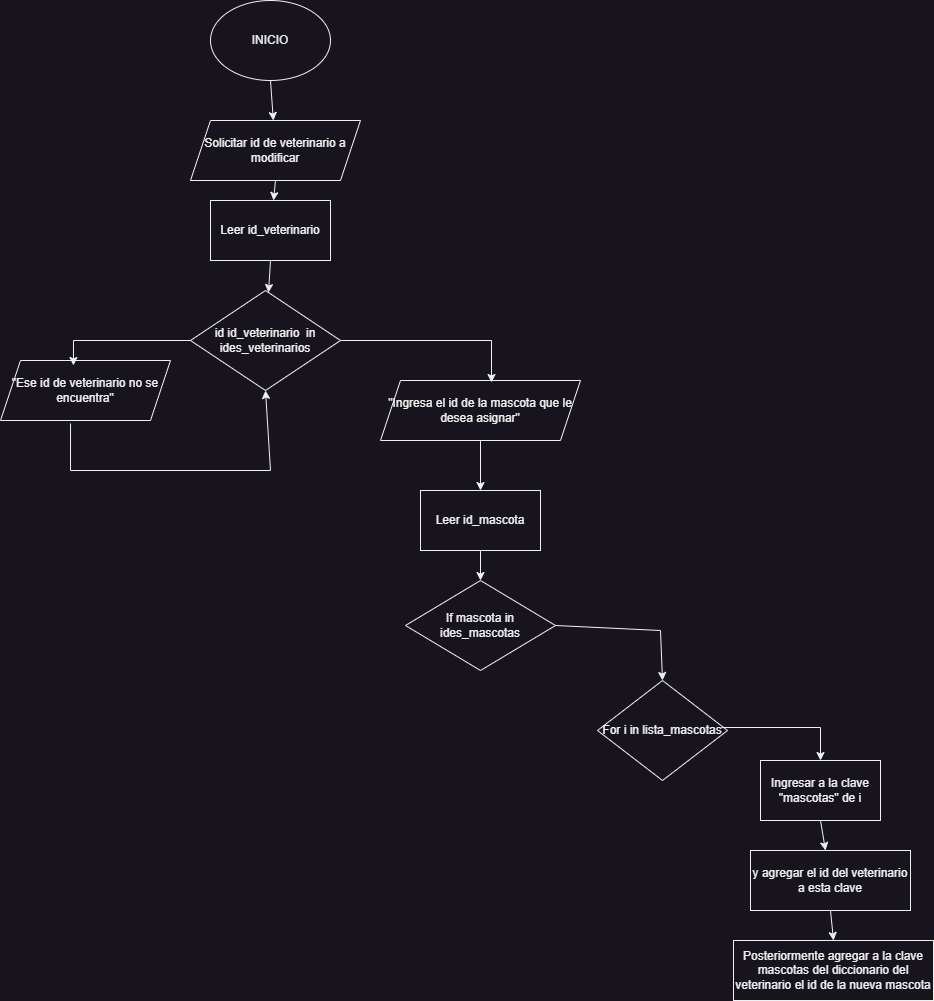
The draw.io diagram docs/Diagramas de Flujo/Diagrama de agregar mascota a veterinario.png in kkstrofico/Veterinaria, before a commit. Source tidied: cells renumbered, new cells last; positions are measured from the earlier drawing's top-left corner, leaving out a move shared by most shapes. Its diagram source:
```xml
<mxGraphModel>
  <root>
    <mxCell id="0" />
    <mxCell id="1" parent="0" />
    <mxCell id="2" value="INICIO" style="ellipse;whiteSpace=wrap;html=1;" parent="1" vertex="1">
      <mxGeometry x="210" width="120" height="80" as="geometry" />
    </mxCell>
    <mxCell id="3" value="Solicitar id de veterinario a modificar" style="shape=parallelogram;perimeter=parallelogramPerimeter;whiteSpace=wrap;html=1;fixedSize=1;" parent="1" vertex="1">
      <mxGeometry x="190" y="120" width="170" height="60" as="geometry" />
    </mxCell>
    <mxCell id="4" value="Leer id_veterinario" style="rounded=0;whiteSpace=wrap;html=1;" parent="1" vertex="1">
      <mxGeometry x="210" y="200" width="120" height="60" as="geometry" />
    </mxCell>
    <mxCell id="5" value="id id_veterinario&amp;nbsp; in ides_veterinarios" style="rhombus;whiteSpace=wrap;html=1;" parent="1" vertex="1">
      <mxGeometry x="190" y="290" width="150" height="100" as="geometry" />
    </mxCell>
    <mxCell id="6" value="&quot;Ingresa el id de la mascota que le desea asignar&quot;" style="shape=parallelogram;perimeter=parallelogramPerimeter;whiteSpace=wrap;html=1;fixedSize=1;" parent="1" vertex="1">
      <mxGeometry x="380" y="380" width="200" height="60" as="geometry" />
    </mxCell>
    <mxCell id="7" value="Leer id_mascota" style="rounded=0;whiteSpace=wrap;html=1;" parent="1" vertex="1">
      <mxGeometry x="420" y="490" width="120" height="60" as="geometry" />
    </mxCell>
    <mxCell id="8" value="If mascota in ides_mascotas" style="rhombus;whiteSpace=wrap;html=1;" parent="1" vertex="1">
      <mxGeometry x="405" y="580" width="150" height="90" as="geometry" />
    </mxCell>
    <mxCell id="9" value="&quot;Ese id de veterinario no se encuentra&quot;" style="shape=parallelogram;perimeter=parallelogramPerimeter;whiteSpace=wrap;html=1;fixedSize=1;" parent="1" vertex="1">
      <mxGeometry y="360" width="170" height="60" as="geometry" />
    </mxCell>
    <mxCell id="10" style="endArrow=classic;html=1;rounded=0;exitX=0.412;exitY=1.05;exitDx=0;exitDy=0;exitPerimeter=0;entryX=0.5;entryY=1;entryDx=0;entryDy=0;" parent="1" edge="1" source="9" target="5">
      <mxGeometry relative="1" as="geometry">
        <Array as="points">
          <mxPoint x="70" y="470" />
          <mxPoint x="270" y="470" />
        </Array>
      </mxGeometry>
    </mxCell>
    <mxCell id="11" style="endArrow=classic;html=1;rounded=0;exitX=0;exitY=0.5;exitDx=0;exitDy=0;entryX=0.429;entryY=0.083;entryDx=0;entryDy=0;entryPerimeter=0;" parent="1" edge="1" source="5" target="9">
      <mxGeometry relative="1" as="geometry">
        <Array as="points">
          <mxPoint x="73" y="340" />
        </Array>
      </mxGeometry>
    </mxCell>
    <mxCell id="12" style="endArrow=classic;html=1;rounded=0;exitX=1;exitY=0.5;exitDx=0;exitDy=0;entryX=0.555;entryY=0.033;entryDx=0;entryDy=0;entryPerimeter=0;" parent="1" edge="1" source="5" target="6">
      <mxGeometry relative="1" as="geometry">
        <Array as="points">
          <mxPoint x="491" y="340" />
        </Array>
      </mxGeometry>
    </mxCell>
    <mxCell id="13" style="endArrow=classic;html=1;rounded=0;" parent="1" edge="1" source="6" target="7">
      <mxGeometry relative="1" as="geometry" />
    </mxCell>
    <mxCell id="14" style="endArrow=classic;html=1;rounded=0;exitX=0.5;exitY=1;exitDx=0;exitDy=0;" parent="1" edge="1" source="7" target="8">
      <mxGeometry relative="1" as="geometry" />
    </mxCell>
    <mxCell id="15" style="endArrow=classic;html=1;rounded=0;exitX=0.5;exitY=1;exitDx=0;exitDy=0;" parent="1" edge="1" source="2" target="3">
      <mxGeometry relative="1" as="geometry" />
    </mxCell>
    <mxCell id="16" style="endArrow=classic;html=1;rounded=0;exitX=0.5;exitY=1;exitDx=0;exitDy=0;" parent="1" edge="1" source="3" target="4">
      <mxGeometry relative="1" as="geometry" />
    </mxCell>
    <mxCell id="17" style="endArrow=classic;html=1;rounded=0;exitX=0.5;exitY=1;exitDx=0;exitDy=0;" parent="1" edge="1" source="4" target="5">
      <mxGeometry relative="1" as="geometry" />
    </mxCell>
    <mxCell id="18" value="Ingresar a la clave &quot;mascotas&quot; de i" style="rounded=0;whiteSpace=wrap;html=1;" parent="1" vertex="1">
      <mxGeometry x="760" y="760" width="120" height="60" as="geometry" />
    </mxCell>
    <mxCell id="19" value="y agregar el id del veterinario a esta clave" style="rounded=0;whiteSpace=wrap;html=1;" parent="1" vertex="1">
      <mxGeometry x="750" y="850" width="160" height="60" as="geometry" />
    </mxCell>
    <mxCell id="20" value="For i in lista_mascotas" style="rhombus;whiteSpace=wrap;html=1;" parent="1" vertex="1">
      <mxGeometry x="597" y="680" width="130" height="100" as="geometry" />
    </mxCell>
    <mxCell id="21" style="endArrow=classic;html=1;rounded=0;exitX=1;exitY=0.5;exitDx=0;exitDy=0;entryX=0.5;entryY=0;entryDx=0;entryDy=0;" parent="1" edge="1" source="8" target="20">
      <mxGeometry relative="1" as="geometry">
        <Array as="points">
          <mxPoint x="660" y="630" />
        </Array>
      </mxGeometry>
    </mxCell>
    <mxCell id="22" style="endArrow=classic;html=1;rounded=0;entryX=0.5;entryY=0;entryDx=0;entryDy=0;exitX=0.954;exitY=0.47;exitDx=0;exitDy=0;exitPerimeter=0;" parent="1" edge="1" source="20" target="18">
      <mxGeometry relative="1" as="geometry">
        <Array as="points">
          <mxPoint x="820" y="727" />
        </Array>
      </mxGeometry>
    </mxCell>
    <mxCell id="23" value="Posteriormente agregar a la clave mascotas del diccionario del veterinario el id de la nueva mascota" style="rounded=0;whiteSpace=wrap;html=1;" parent="1" vertex="1">
      <mxGeometry x="733" y="940" width="200" height="60" as="geometry" />
    </mxCell>
    <mxCell id="24" style="endArrow=classic;html=1;rounded=0;exitX=0.5;exitY=1;exitDx=0;exitDy=0;entryX=0.5;entryY=0;entryDx=0;entryDy=0;" parent="1" edge="1" source="19" target="23">
      <mxGeometry relative="1" as="geometry" />
    </mxCell>
    <mxCell id="25" style="endArrow=classic;html=1;rounded=0;exitX=0.5;exitY=1;exitDx=0;exitDy=0;" parent="1" edge="1" source="18" target="19">
      <mxGeometry relative="1" as="geometry" />
    </mxCell>
  </root>
</mxGraphModel>
```
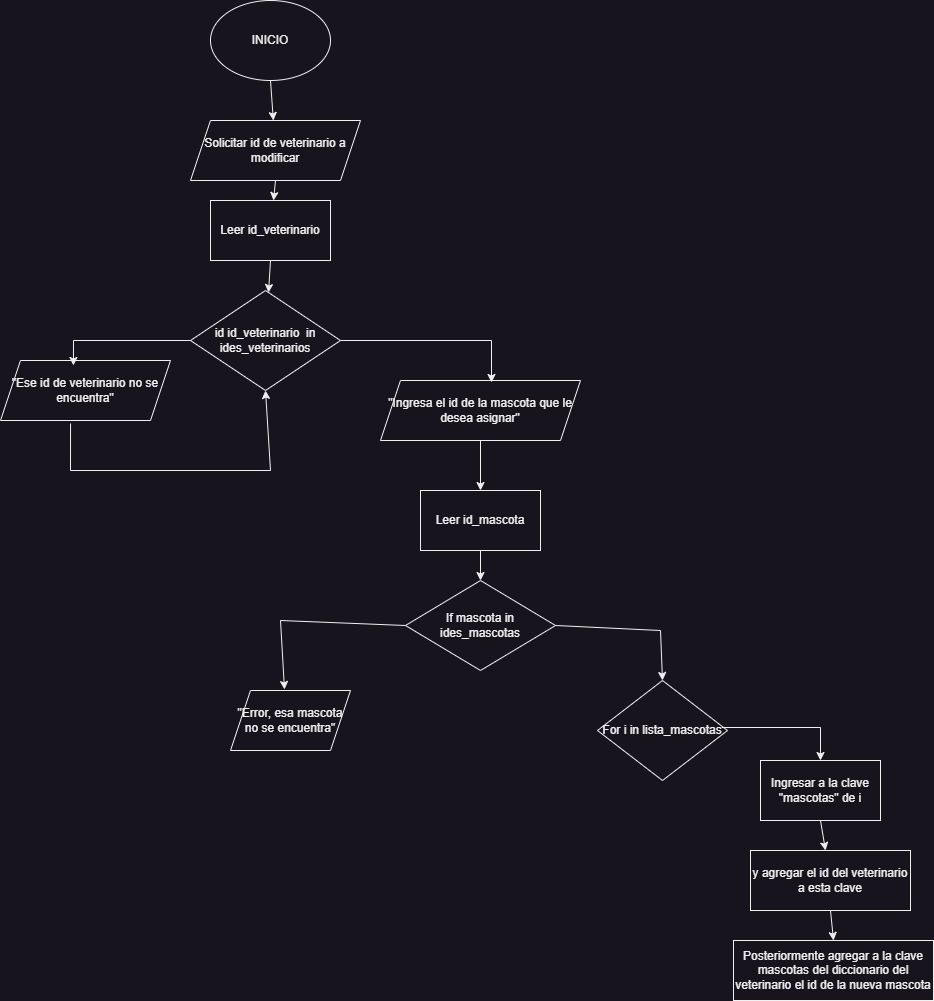
Above is the later version.

Commit message:
Se modifico el archivo word, y se modifico un diagrama de flujo

What changed in the source:
```diff
@@ -95,5 +95,15 @@
     <mxCell id="25" style="endArrow=classic;html=1;rounded=0;exitX=0.5;exitY=1;exitDx=0;exitDy=0;" parent="1" edge="1" source="18" target="19">
       <mxGeometry relative="1" as="geometry" />
     </mxCell>
+    <mxCell id="26" value="&quot;Error, esa mascota no se encuentra&quot;" style="shape=parallelogram;perimeter=parallelogramPerimeter;whiteSpace=wrap;html=1;fixedSize=1;" parent="1" vertex="1">
+      <mxGeometry x="230" y="690" width="120" height="60" as="geometry" />
+    </mxCell>
+    <mxCell id="27" style="endArrow=classic;html=1;rounded=0;exitX=0;exitY=0.5;exitDx=0;exitDy=0;entryX=0.45;entryY=-0.017;entryDx=0;entryDy=0;entryPerimeter=0;" parent="1" edge="1" source="8" target="26">
+      <mxGeometry relative="1" as="geometry">
+        <Array as="points">
+          <mxPoint x="280" y="620" />
+        </Array>
+      </mxGeometry>
+    </mxCell>
   </root>
 </mxGraphModel>
```
